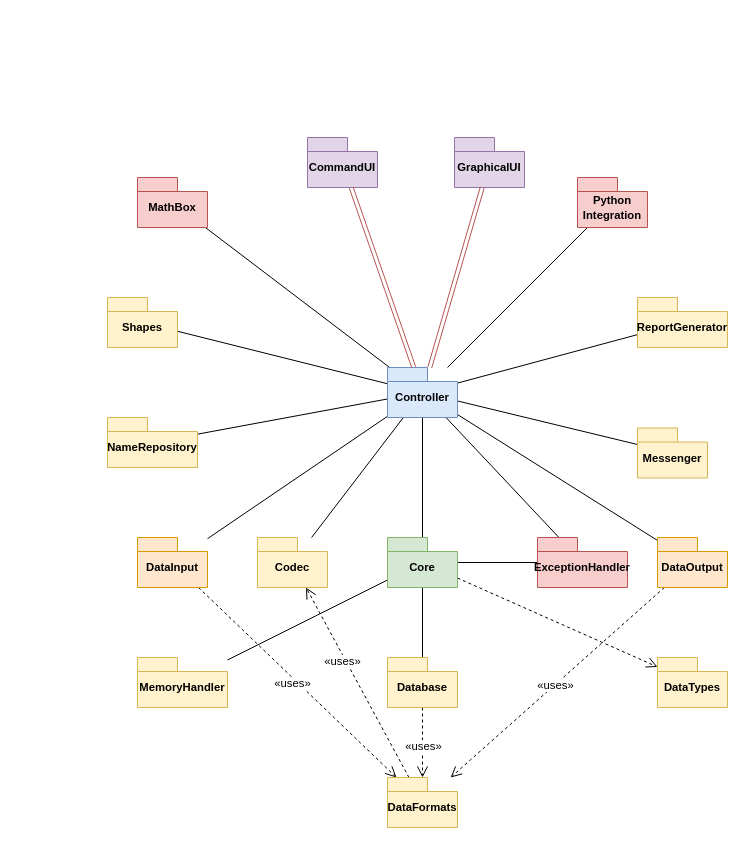
This is page "eCAD" (1 of 56) of doc/architecture/eCADArch.drawio from rpriyadarshi/eda, a draw.io file, before an edit. Source tidied: cells renumbered, new cells numbered last; positions are measured from the earlier drawing's top-left corner, leaving out a move shared by most shapes. Both pictures are drawn from the tidied source at 100%, with x=0, y=0 at pixel (107, 137).
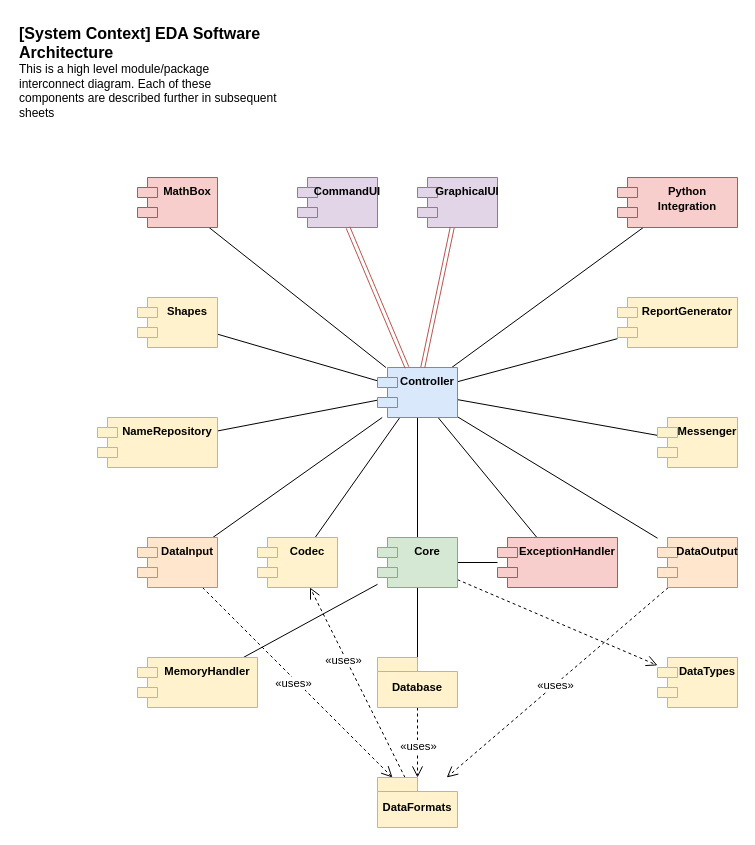
Above is the later version.

Commit message (it also covers changes not shown here):
Updating the architecture diagram

What changed in the source:
```diff
@@
-    <mxCell id="21" value="&lt;b style=&quot;border-color: var(--border-color); font-family: Calibri; font-size: 11.29px;&quot;&gt;Messenger&lt;/b&gt;" style="shape=folder;fontStyle=1;spacingTop=10;tabWidth=40;tabHeight=14;tabPosition=left;html=1;whiteSpace=wrap;fillColor=#fff2cc;strokeColor=#d6b656;" parent="1" vertex="1">
-      <mxGeometry x="530" y="290.5" width="70" height="50" as="geometry" />
+    <mxCell id="21" value="&lt;b style=&quot;border-color: var(--border-color); font-family: Calibri; font-size: 11.29px;&quot;&gt;Messenger&lt;/b&gt;" style="shape=module;align=left;spacingLeft=20;align=center;verticalAlign=top;whiteSpace=wrap;html=1;fillColor=#fff2cc;strokeColor=#d6b656;" parent="1" vertex="1">
+      <mxGeometry x="550" y="280" width="80" height="50" as="geometry" />
     </mxCell>
-    <mxCell id="22" value="&lt;b style=&quot;border-color: var(--border-color); font-family: Calibri; font-size: 11.29px;&quot;&gt;Controller&lt;/b&gt;" style="shape=folder;fontStyle=1;spacingTop=10;tabWidth=40;tabHeight=14;tabPosition=left;html=1;whiteSpace=wrap;fillColor=#dae8fc;strokeColor=#6c8ebf;" parent="1" vertex="1">
-      <mxGeometry x="280" y="230" width="70" height="50" as="geometry" />
+    <mxCell id="22" value="&lt;b style=&quot;border-color: var(--border-color); font-family: Calibri; font-size: 11.29px;&quot;&gt;Controller&lt;/b&gt;" style="shape=module;align=left;spacingLeft=20;align=center;verticalAlign=top;whiteSpace=wrap;html=1;fillColor=#dae8fc;strokeColor=#6c8ebf;" parent="1" vertex="1">
+      <mxGeometry x="270" y="230" width="80" height="50" as="geometry" />
     </mxCell>
-    <mxCell id="23" value="&lt;b style=&quot;border-color: var(--border-color); font-family: Calibri; font-size: 11.29px;&quot;&gt;ReportGenerator&lt;/b&gt;" style="shape=folder;fontStyle=1;spacingTop=10;tabWidth=40;tabHeight=14;tabPosition=left;html=1;whiteSpace=wrap;fillColor=#fff2cc;strokeColor=#d6b656;" parent="1" vertex="1">
-      <mxGeometry x="530" y="160" width="90" height="50" as="geometry" />
+    <mxCell id="23" value="&lt;b style=&quot;border-color: var(--border-color); font-family: Calibri; font-size: 11.29px;&quot;&gt;ReportGenerator&lt;/b&gt;" style="shape=module;align=left;spacingLeft=20;align=center;verticalAlign=top;whiteSpace=wrap;html=1;fillColor=#fff2cc;strokeColor=#d6b656;" parent="1" vertex="1">
+      <mxGeometry x="510" y="160" width="120" height="50" as="geometry" />
     </mxCell>
-    <mxCell id="24" value="&lt;b style=&quot;border-color: var(--border-color); font-family: Calibri; font-size: 11.29px;&quot;&gt;Shapes&lt;/b&gt;" style="shape=folder;fontStyle=1;spacingTop=10;tabWidth=40;tabHeight=14;tabPosition=left;html=1;whiteSpace=wrap;fillColor=#fff2cc;strokeColor=#d6b656;" parent="1" vertex="1">
-      <mxGeometry y="160" width="70" height="50" as="geometry" />
+    <mxCell id="24" value="&lt;b style=&quot;border-color: var(--border-color); font-family: Calibri; font-size: 11.29px;&quot;&gt;Shapes&lt;/b&gt;" style="shape=module;align=left;spacingLeft=20;align=center;verticalAlign=top;whiteSpace=wrap;html=1;fillColor=#fff2cc;strokeColor=#d6b656;" parent="1" vertex="1">
+      <mxGeometry x="30" y="160" width="80" height="50" as="geometry" />
     </mxCell>
-    <mxCell id="25" value="&lt;b style=&quot;border-color: var(--border-color); font-family: Calibri; font-size: 11.29px;&quot;&gt;MathBox&lt;/b&gt;" style="shape=folder;fontStyle=1;spacingTop=10;tabWidth=40;tabHeight=14;tabPosition=left;html=1;whiteSpace=wrap;fillColor=#f8cecc;strokeColor=#b85450;" parent="1" vertex="1">
-      <mxGeometry x="30" y="40" width="70" height="50" as="geometry" />
+    <mxCell id="25" value="&lt;b style=&quot;border-color: var(--border-color); font-family: Calibri; font-size: 11.29px;&quot;&gt;MathBox&lt;/b&gt;" style="shape=module;align=left;spacingLeft=20;align=center;verticalAlign=top;whiteSpace=wrap;html=1;fillColor=#f8cecc;strokeColor=#b85450;" parent="1" vertex="1">
+      <mxGeometry x="30" y="40" width="80" height="50" as="geometry" />
     </mxCell>
-    <mxCell id="26" value="&lt;b style=&quot;border-color: var(--border-color); font-family: Calibri; font-size: 11.29px;&quot;&gt;NameRepository&lt;/b&gt;" style="shape=folder;fontStyle=1;spacingTop=10;tabWidth=40;tabHeight=14;tabPosition=left;html=1;whiteSpace=wrap;fillColor=#fff2cc;strokeColor=#d6b656;" parent="1" vertex="1">
-      <mxGeometry y="280" width="90" height="50" as="geometry" />
+    <mxCell id="26" value="&lt;b style=&quot;border-color: var(--border-color); font-family: Calibri; font-size: 11.29px;&quot;&gt;NameRepository&lt;/b&gt;" style="shape=module;align=left;spacingLeft=20;align=center;verticalAlign=top;whiteSpace=wrap;html=1;fillColor=#fff2cc;strokeColor=#d6b656;" parent="1" vertex="1">
+      <mxGeometry x="-10" y="280" width="120" height="50" as="geometry" />
     </mxCell>
-    <mxCell id="27" value="&lt;b style=&quot;border-color: var(--border-color); font-family: Calibri; font-size: 11.29px;&quot;&gt;CommandUI&lt;/b&gt;" style="shape=folder;fontStyle=1;spacingTop=10;tabWidth=40;tabHeight=14;tabPosition=left;html=1;whiteSpace=wrap;fillColor=#e1d5e7;strokeColor=#9673a6;" parent="1" vertex="1">
-      <mxGeometry x="200" width="70" height="50" as="geometry" />
+    <mxCell id="27" value="&lt;b style=&quot;border-color: var(--border-color); font-family: Calibri; font-size: 11.29px;&quot;&gt;CommandUI&lt;/b&gt;" style="shape=module;align=left;spacingLeft=20;align=center;verticalAlign=top;whiteSpace=wrap;html=1;fillColor=#e1d5e7;strokeColor=#9673a6;" parent="1" vertex="1">
+      <mxGeometry x="190" y="40" width="80" height="50" as="geometry" />
     </mxCell>
-    <mxCell id="28" value="&lt;b style=&quot;border-color: var(--border-color); font-family: Calibri; font-size: 11.29px;&quot;&gt;GraphicalUI&lt;/b&gt;" style="shape=folder;fontStyle=1;spacingTop=10;tabWidth=40;tabHeight=14;tabPosition=left;html=1;whiteSpace=wrap;fillColor=#e1d5e7;strokeColor=#9673a6;" parent="1" vertex="1">
-      <mxGeometry x="347" width="70" height="50" as="geometry" />
+    <mxCell id="28" value="&lt;b style=&quot;border-color: var(--border-color); font-family: Calibri; font-size: 11.29px;&quot;&gt;GraphicalUI&lt;/b&gt;" style="shape=module;align=left;spacingLeft=20;align=center;verticalAlign=top;whiteSpace=wrap;html=1;fillColor=#e1d5e7;strokeColor=#9673a6;" parent="1" vertex="1">
+      <mxGeometry x="310" y="40" width="80" height="50" as="geometry" />
     </mxCell>
-    <mxCell id="29" value="&lt;b style=&quot;border-color: var(--border-color); font-family: Calibri; font-size: 11.29px;&quot;&gt;Python Integration&lt;/b&gt;" style="shape=folder;fontStyle=1;spacingTop=10;tabWidth=40;tabHeight=14;tabPosition=left;html=1;whiteSpace=wrap;fillColor=#f8cecc;strokeColor=#b85450;" parent="1" vertex="1">
-      <mxGeometry x="470" y="40" width="70" height="50" as="geometry" />
+    <mxCell id="29" value="&lt;b style=&quot;border-color: var(--border-color); font-family: Calibri; font-size: 11.29px;&quot;&gt;Python Integration&lt;/b&gt;" style="shape=module;align=left;spacingLeft=20;align=center;verticalAlign=top;whiteSpace=wrap;html=1;fillColor=#f8cecc;strokeColor=#b85450;" parent="1" vertex="1">
+      <mxGeometry x="510" y="40" width="120" height="50" as="geometry" />
     </mxCell>
-    <mxCell id="30" value="&lt;b style=&quot;border-color: var(--border-color); font-family: Calibri; font-size: 11.29px;&quot;&gt;DataInput&lt;/b&gt;" style="shape=folder;fontStyle=1;spacingTop=10;tabWidth=40;tabHeight=14;tabPosition=left;html=1;whiteSpace=wrap;fillColor=#ffe6cc;strokeColor=#d79b00;" parent="1" vertex="1">
-      <mxGeometry x="30" y="400" width="70" height="50" as="geometry" />
+    <mxCell id="30" value="&lt;b style=&quot;border-color: var(--border-color); font-family: Calibri; font-size: 11.29px;&quot;&gt;DataInput&lt;/b&gt;" style="shape=module;align=left;spacingLeft=20;align=center;verticalAlign=top;whiteSpace=wrap;html=1;fillColor=#ffe6cc;strokeColor=#d79b00;" parent="1" vertex="1">
+      <mxGeometry x="30" y="400" width="80" height="50" as="geometry" />
     </mxCell>
-    <mxCell id="31" value="&lt;b style=&quot;border-color: var(--border-color); font-family: Calibri; font-size: 11.29px;&quot;&gt;Codec&lt;/b&gt;" style="shape=folder;fontStyle=1;spacingTop=10;tabWidth=40;tabHeight=14;tabPosition=left;html=1;whiteSpace=wrap;fillColor=#fff2cc;strokeColor=#d6b656;" parent="1" vertex="1">
-      <mxGeometry x="150" y="400" width="70" height="50" as="geometry" />
+    <mxCell id="31" value="&lt;b style=&quot;border-color: var(--border-color); font-family: Calibri; font-size: 11.29px;&quot;&gt;Codec&lt;/b&gt;" style="shape=module;align=left;spacingLeft=20;align=center;verticalAlign=top;whiteSpace=wrap;html=1;fillColor=#fff2cc;strokeColor=#d6b656;" parent="1" vertex="1">
+      <mxGeometry x="150" y="400" width="80" height="50" as="geometry" />
     </mxCell>
-    <mxCell id="32" value="&lt;b style=&quot;border-color: var(--border-color); font-family: Calibri; font-size: 11.29px;&quot;&gt;MemoryHandler&lt;/b&gt;" style="shape=folder;fontStyle=1;spacingTop=10;tabWidth=40;tabHeight=14;tabPosition=left;html=1;whiteSpace=wrap;fillColor=#fff2cc;strokeColor=#d6b656;" parent="1" vertex="1">
-      <mxGeometry x="30" y="520" width="90" height="50" as="geometry" />
+    <mxCell id="32" value="&lt;b style=&quot;border-color: var(--border-color); font-family: Calibri; font-size: 11.29px;&quot;&gt;MemoryHandler&lt;/b&gt;" style="shape=module;align=left;spacingLeft=20;align=center;verticalAlign=top;whiteSpace=wrap;html=1;fillColor=#fff2cc;strokeColor=#d6b656;" parent="1" vertex="1">
+      <mxGeometry x="30" y="520" width="120" height="50" as="geometry" />
     </mxCell>
-    <mxCell id="33" value="&lt;b style=&quot;border-color: var(--border-color); font-family: Calibri; font-size: 11.29px;&quot;&gt;DataTypes&lt;/b&gt;" style="shape=folder;fontStyle=1;spacingTop=10;tabWidth=40;tabHeight=14;tabPosition=left;html=1;whiteSpace=wrap;fillColor=#fff2cc;strokeColor=#d6b656;" parent="1" vertex="1">
-      <mxGeometry x="550" y="520" width="70" height="50" as="geometry" />
+    <mxCell id="33" value="&lt;b style=&quot;border-color: var(--border-color); font-family: Calibri; font-size: 11.29px;&quot;&gt;DataTypes&lt;/b&gt;" style="shape=module;align=left;spacingLeft=20;align=center;verticalAlign=top;whiteSpace=wrap;html=1;fillColor=#fff2cc;strokeColor=#d6b656;" parent="1" vertex="1">
+      <mxGeometry x="550" y="520" width="80" height="50" as="geometry" />
     </mxCell>
-    <mxCell id="34" value="&lt;b style=&quot;border-color: var(--border-color); font-family: Calibri; font-size: 11.29px;&quot;&gt;DataOutput&lt;/b&gt;" style="shape=folder;fontStyle=1;spacingTop=10;tabWidth=40;tabHeight=14;tabPosition=left;html=1;whiteSpace=wrap;fillColor=#ffe6cc;strokeColor=#d79b00;" parent="1" vertex="1">
-      <mxGeometry x="550" y="400" width="70" height="50" as="geometry" />
+    <mxCell id="34" value="&lt;b style=&quot;border-color: var(--border-color); font-family: Calibri; font-size: 11.29px;&quot;&gt;DataOutput&lt;/b&gt;" style="shape=module;align=left;spacingLeft=20;align=center;verticalAlign=top;whiteSpace=wrap;html=1;fillColor=#ffe6cc;strokeColor=#d79b00;" parent="1" vertex="1">
+      <mxGeometry x="550" y="400" width="80" height="50" as="geometry" />
     </mxCell>
-    <mxCell id="35" value="&lt;b style=&quot;border-color: var(--border-color); font-family: Calibri; font-size: 11.29px;&quot;&gt;ExceptionHandler&lt;/b&gt;" style="shape=folder;fontStyle=1;spacingTop=10;tabWidth=40;tabHeight=14;tabPosition=left;html=1;whiteSpace=wrap;fillColor=#f8cecc;strokeColor=#b85450;" parent="1" vertex="1">
-      <mxGeometry x="430" y="400" width="90" height="50" as="geometry" />
+    <mxCell id="35" value="&lt;b style=&quot;border-color: var(--border-color); font-family: Calibri; font-size: 11.29px;&quot;&gt;ExceptionHandler&lt;/b&gt;" style="shape=module;align=left;spacingLeft=20;align=center;verticalAlign=top;whiteSpace=wrap;html=1;fillColor=#f8cecc;strokeColor=#b85450;" parent="1" vertex="1">
+      <mxGeometry x="390" y="400" width="120" height="50" as="geometry" />
     </mxCell>
-    <mxCell id="36" value="&lt;b style=&quot;border-color: var(--border-color); font-family: Calibri; font-size: 11.29px;&quot;&gt;Core&lt;/b&gt;" style="shape=folder;fontStyle=1;spacingTop=10;tabWidth=40;tabHeight=14;tabPosition=left;html=1;whiteSpace=wrap;fillColor=#d5e8d4;strokeColor=#82b366;" parent="1" vertex="1">
-      <mxGeometry x="280" y="400" width="70" height="50" as="geometry" />
+    <mxCell id="36" value="&lt;b style=&quot;border-color: var(--border-color); font-family: Calibri; font-size: 11.29px;&quot;&gt;Core&lt;/b&gt;" style="shape=module;align=left;spacingLeft=20;align=center;verticalAlign=top;whiteSpace=wrap;html=1;fillColor=#d5e8d4;strokeColor=#82b366;" parent="1" vertex="1">
+      <mxGeometry x="270" y="400" width="80" height="50" as="geometry" />
     </mxCell>
     <mxCell id="37" value="&lt;b style=&quot;border-color: var(--border-color); font-family: Calibri; font-size: 11.29px;&quot;&gt;Database&lt;/b&gt;" style="shape=folder;fontStyle=1;spacingTop=10;tabWidth=40;tabHeight=14;tabPosition=left;html=1;whiteSpace=wrap;fillColor=#fff2cc;strokeColor=#d6b656;" parent="1" vertex="1">
-      <mxGeometry x="280" y="520" width="70" height="50" as="geometry" />
+      <mxGeometry x="270" y="520" width="80" height="50" as="geometry" />
     </mxCell>
     <mxCell id="38" value="&lt;b style=&quot;border-color: var(--border-color); font-family: Calibri; font-size: 11.29px;&quot;&gt;DataFormats&lt;/b&gt;" style="shape=folder;fontStyle=1;spacingTop=10;tabWidth=40;tabHeight=14;tabPosition=left;html=1;whiteSpace=wrap;fillColor=#fff2cc;strokeColor=#d6b656;" parent="1" vertex="1">
-      <mxGeometry x="280" y="640" width="70" height="50" as="geometry" />
+      <mxGeometry x="270" y="640" width="80" height="50" as="geometry" />
     </mxCell>
@@
+    <object id="41" label="&lt;font style=&quot;font-size: 16px&quot;&gt;&lt;b&gt;&lt;div style=&quot;text-align: left&quot;&gt;%c4Name%&lt;/div&gt;&lt;/b&gt;&lt;/font&gt;&lt;div style=&quot;text-align: left&quot;&gt;%c4Description%&lt;/div&gt;" c4Description="This is a high level module/package interconnect diagram. Each of these components are described further in subsequent sheets" c4Name="[System Context] EDA Software Architecture" placeholders="1">
+      <mxCell style="text;html=1;strokeColor=none;fillColor=none;align=left;verticalAlign=top;whiteSpace=wrap;rounded=0;" parent="1" vertex="1">
+        <mxGeometry x="-90" y="-120" width="260" height="40" as="geometry" />
+      </mxCell>
+    </object>
```
